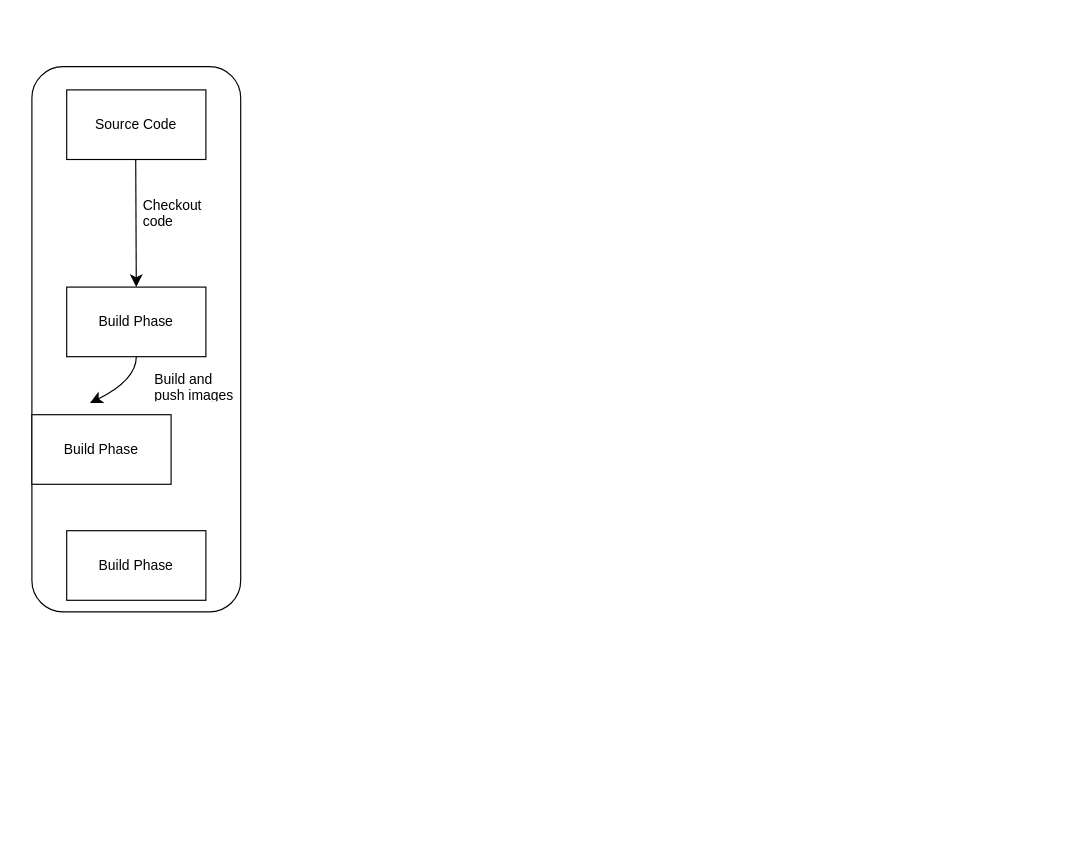
isipringlejr/addressbook-cicd-project keeps this draw.io diagram as Untitled Diagram.drawio. Above is the earlier version. Source tidied: cells renumbered, new cells numbered last; positions are measured from the earlier drawing's top-left corner, leaving out a move shared by most shapes. Both pictures are drawn from the tidied source at 116%, with x=0, y=0 at pixel (31, 66).
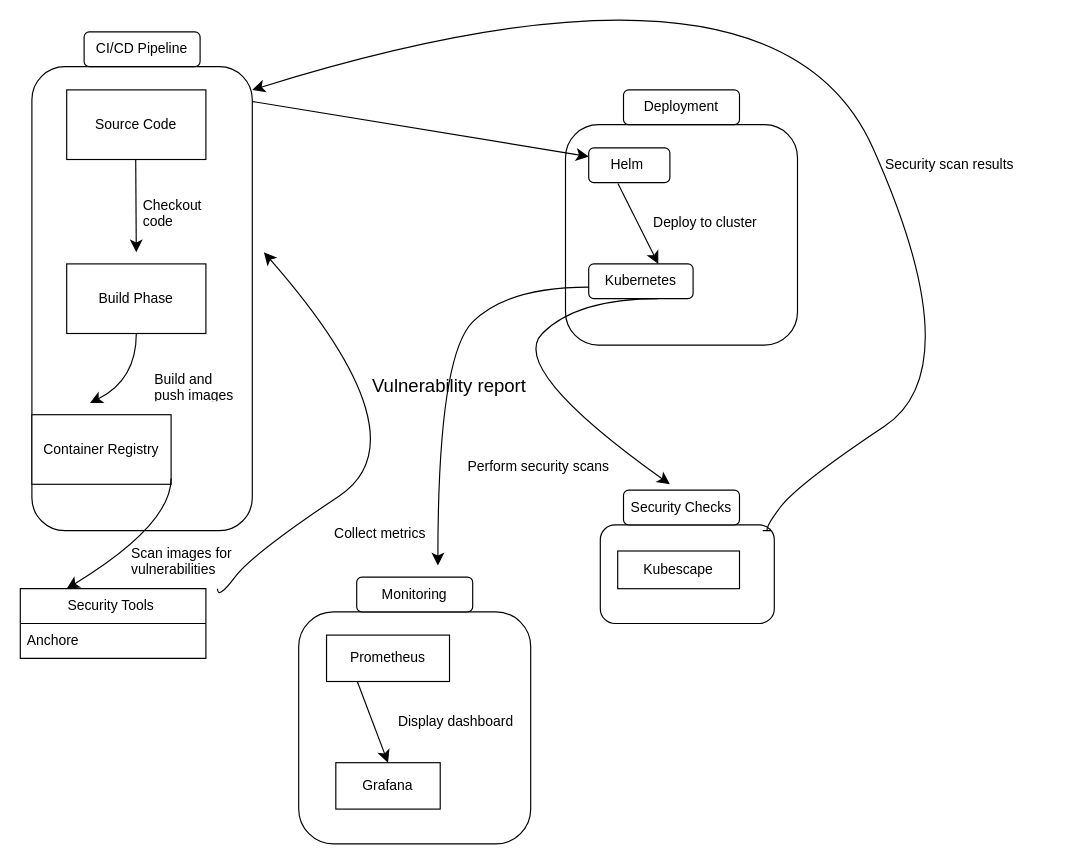
Above is the later version.

The edit, as a diff of the source:
```diff
@@
     <mxCell id="2" style="rounded=1;whiteSpace=wrap;html=1;fontSize=12;glass=0;strokeWidth=1;shadow=0;" parent="1" vertex="1">
-      <mxGeometry width="180" height="470" as="geometry" />
+      <mxGeometry width="190" height="400" as="geometry" />
     </mxCell>
@@
     <mxCell id="4" style="endArrow=classic;html=1;rounded=0;fontSize=12;startSize=8;endSize=8;" parent="1" edge="1">
       <mxGeometry relative="1" as="geometry">
         <mxPoint x="89.5" y="80" as="sourcePoint" />
-        <mxPoint x="90" y="190" as="targetPoint" />
+        <mxPoint x="90" y="160" as="targetPoint" />
       </mxGeometry>
     </mxCell>
     <mxCell id="5" value="Build Phase" style="rounded=0;whiteSpace=wrap;html=1;" parent="1" vertex="1">
-      <mxGeometry x="30" y="190" width="120" height="60" as="geometry" />
+      <mxGeometry x="30" y="170" width="120" height="60" as="geometry" />
     </mxCell>
@@
-    <mxCell id="7" value="Build Phase" style="rounded=0;whiteSpace=wrap;html=1;" parent="1" vertex="1">
+    <mxCell id="7" value="Container Registry" style="rounded=0;whiteSpace=wrap;html=1;" parent="1" vertex="1">
       <mxGeometry y="300" width="120" height="60" as="geometry" />
     </mxCell>
@@
-    <mxCell id="10" value="Build Phase" style="rounded=0;whiteSpace=wrap;html=1;" parent="1" vertex="1">
-      <mxGeometry x="30" y="400" width="120" height="60" as="geometry" />
-    </mxCell>
+    <mxCell id="11" style="curved=1;endArrow=classic;html=1;rounded=0;fontSize=12;startSize=8;endSize=8;entryX=0.25;entryY=0;entryDx=0;entryDy=0;" parent="1" edge="1" target="12">
+      <mxGeometry relative="1" as="geometry">
+        <mxPoint x="120" y="355" as="sourcePoint" />
+        <Array as="points">
+          <mxPoint x="120" y="395" />
+        </Array>
+      </mxGeometry>
+    </mxCell>
+    <mxCell id="12" value="Security Tools&amp;nbsp;" style="swimlane;fontStyle=0;horizontal=1;startSize=30;whiteSpace=wrap;html=1;" parent="1" vertex="1">
+      <mxGeometry x="-10" y="450" width="160" height="60" as="geometry" />
+    </mxCell>
+    <mxCell id="13" value="Anchore" style="text;strokeColor=none;fillColor=none;align=left;verticalAlign=middle;spacingLeft=4;spacingRight=4;overflow=hidden;whiteSpace=wrap;html=1;" parent="12" vertex="1">
+      <mxGeometry y="30" width="160" height="30" as="geometry" />
+    </mxCell>
+    <mxCell id="14" style="curved=1;endArrow=classic;html=1;rounded=0;fontSize=12;startSize=8;endSize=8;" parent="1" edge="1">
+      <mxGeometry relative="1" as="geometry">
+        <mxPoint x="160" y="450" as="sourcePoint" />
+        <mxPoint x="200" y="160" as="targetPoint" />
+        <Array as="points">
+          <mxPoint x="160" y="460" />
+          <mxPoint x="190" y="420" />
+          <mxPoint x="340" y="320" />
+        </Array>
+      </mxGeometry>
+    </mxCell>
+    <mxCell id="15" value="Vulnerability report&lt;br&gt;" style="text;html=1;align=center;verticalAlign=middle;whiteSpace=wrap;rounded=0;fontSize=16;" parent="1" vertex="1">
+      <mxGeometry x="290" y="260" width="140" height="30" as="geometry" />
+    </mxCell>
+    <mxCell id="16" value="CI/CD Pipeline" style="rounded=1;whiteSpace=wrap;html=1;" parent="1" vertex="1">
+      <mxGeometry x="45" y="-30" width="100" height="30" as="geometry" />
+    </mxCell>
+    <mxCell id="17" style="rounded=1;whiteSpace=wrap;html=1;fontSize=12;glass=0;strokeWidth=1;shadow=0;" parent="1" vertex="1">
+      <mxGeometry x="460" y="50" width="200" height="190" as="geometry" />
+    </mxCell>
+    <mxCell id="18" value="Helm&amp;nbsp;" style="rounded=1;whiteSpace=wrap;html=1;" parent="1" vertex="1">
+      <mxGeometry x="480" y="70" width="70" height="30" as="geometry" />
+    </mxCell>
+    <mxCell id="19" value="Kubernetes" style="rounded=1;whiteSpace=wrap;html=1;" parent="1" vertex="1">
+      <mxGeometry x="480" y="170" width="90" height="30" as="geometry" />
+    </mxCell>
+    <mxCell id="20" style="endArrow=classic;html=1;rounded=0;fontSize=12;startSize=8;endSize=8;exitX=0.36;exitY=1.02;exitDx=0;exitDy=0;exitPerimeter=0;" parent="1" edge="1" source="18">
+      <mxGeometry relative="1" as="geometry">
+        <mxPoint x="540" y="170" as="targetPoint" />
+      </mxGeometry>
+    </mxCell>
+    <mxCell id="21" value="Deploy to cluster&amp;nbsp;" style="text;strokeColor=none;fillColor=none;align=left;verticalAlign=middle;spacingLeft=4;spacingRight=4;overflow=hidden;whiteSpace=wrap;html=1;" parent="1" vertex="1">
+      <mxGeometry x="530" y="120" width="120" height="30" as="geometry" />
+    </mxCell>
+    <mxCell id="22" value="Deployment" style="rounded=1;whiteSpace=wrap;html=1;" parent="1" vertex="1">
+      <mxGeometry x="510" y="20" width="100" height="30" as="geometry" />
+    </mxCell>
+    <mxCell id="23" style="endArrow=classic;html=1;rounded=0;fontSize=12;startSize=8;endSize=8;entryX=0;entryY=0.25;entryDx=0;entryDy=0;" parent="1" edge="1" target="18">
+      <mxGeometry relative="1" as="geometry">
+        <mxPoint x="190" y="30" as="sourcePoint" />
+      </mxGeometry>
+    </mxCell>
+    <mxCell id="24" style="rounded=1;whiteSpace=wrap;html=1;fontSize=12;glass=0;strokeWidth=1;shadow=0;" parent="1" vertex="1">
+      <mxGeometry x="230" y="470" width="200" height="200" as="geometry" />
+    </mxCell>
+    <mxCell id="25" value="Monitoring" style="rounded=1;whiteSpace=wrap;html=1;" parent="1" vertex="1">
+      <mxGeometry x="280" y="440" width="100" height="30" as="geometry" />
+    </mxCell>
+    <mxCell id="26" value="Scan images for vulnerabilities" style="text;strokeColor=none;fillColor=none;align=left;verticalAlign=middle;spacingLeft=4;spacingRight=4;overflow=hidden;whiteSpace=wrap;html=1;" parent="1" vertex="1">
+      <mxGeometry x="80" y="410" width="150" height="30" as="geometry" />
+    </mxCell>
+    <mxCell id="27" value="Prometheus" style="rounded=0;whiteSpace=wrap;html=1;" parent="1" vertex="1">
+      <mxGeometry x="254" y="490" width="106" height="40" as="geometry" />
+    </mxCell>
+    <mxCell id="28" value="Grafana" style="rounded=0;whiteSpace=wrap;html=1;" parent="1" vertex="1">
+      <mxGeometry x="262" y="600" width="90" height="40" as="geometry" />
+    </mxCell>
+    <mxCell id="29" style="endArrow=classic;html=1;rounded=0;fontSize=12;startSize=8;endSize=8;entryX=0.5;entryY=0;entryDx=0;entryDy=0;exitX=0.25;exitY=1;exitDx=0;exitDy=0;" parent="1" edge="1" source="27" target="28">
+      <mxGeometry relative="1" as="geometry" />
+    </mxCell>
+    <mxCell id="30" value="Display dashboard" style="text;strokeColor=none;fillColor=none;align=left;verticalAlign=middle;spacingLeft=4;spacingRight=4;overflow=hidden;whiteSpace=wrap;html=1;" parent="1" vertex="1">
+      <mxGeometry x="310" y="550" width="170" height="30" as="geometry" />
+    </mxCell>
+    <mxCell id="31" style="rounded=1;whiteSpace=wrap;html=1;" parent="1" vertex="1">
+      <mxGeometry x="490" y="395" width="150" height="85" as="geometry" />
+    </mxCell>
+    <mxCell id="32" value="Kubescape" style="rounded=0;whiteSpace=wrap;html=1;" parent="1" vertex="1">
+      <mxGeometry x="505" y="417.5" width="105" height="32.5" as="geometry" />
+    </mxCell>
+    <mxCell id="33" value="Security Checks" style="rounded=1;whiteSpace=wrap;html=1;" parent="1" vertex="1">
+      <mxGeometry x="510" y="365" width="100" height="30" as="geometry" />
+    </mxCell>
+    <mxCell id="34" style="curved=1;endArrow=classic;html=1;rounded=0;fontSize=12;startSize=8;endSize=8;" parent="1" edge="1">
+      <mxGeometry relative="1" as="geometry">
+        <mxPoint x="540" y="200" as="sourcePoint" />
+        <mxPoint x="550" y="360" as="targetPoint" />
+        <Array as="points">
+          <mxPoint x="470" y="200" />
+          <mxPoint x="410" y="260" />
+        </Array>
+      </mxGeometry>
+    </mxCell>
+    <mxCell id="35" style="curved=1;endArrow=classic;html=1;rounded=0;fontSize=12;startSize=8;endSize=8;" parent="1" edge="1">
+      <mxGeometry relative="1" as="geometry">
+        <mxPoint x="480" y="190" as="sourcePoint" />
+        <mxPoint x="350" y="430" as="targetPoint" />
+        <Array as="points">
+          <mxPoint x="410" y="190" />
+          <mxPoint x="350" y="250" />
+        </Array>
+      </mxGeometry>
+    </mxCell>
+    <mxCell id="36" value="Collect metrics" style="text;strokeColor=none;fillColor=none;align=left;verticalAlign=middle;spacingLeft=4;spacingRight=4;overflow=hidden;whiteSpace=wrap;html=1;" parent="1" vertex="1">
+      <mxGeometry x="255" y="387.5" width="150" height="30" as="geometry" />
+    </mxCell>
+    <mxCell id="37" value="Perform security scans" style="text;strokeColor=none;fillColor=none;align=left;verticalAlign=middle;spacingLeft=4;spacingRight=4;overflow=hidden;whiteSpace=wrap;html=1;" parent="1" vertex="1">
+      <mxGeometry x="370" y="330" width="150" height="30" as="geometry" />
+    </mxCell>
+    <mxCell id="38" style="curved=1;endArrow=classic;html=1;rounded=0;fontSize=12;startSize=8;endSize=8;entryX=1;entryY=0.05;entryDx=0;entryDy=0;entryPerimeter=0;" parent="1" edge="1" target="2">
+      <mxGeometry relative="1" as="geometry">
+        <mxPoint x="630" y="400" as="sourcePoint" />
+        <Array as="points">
+          <mxPoint x="640" y="400" />
+          <mxPoint x="630" y="400" />
+          <mxPoint x="660" y="360" />
+          <mxPoint x="810" y="260" />
+          <mxPoint x="640" y="-120" />
+        </Array>
+      </mxGeometry>
+    </mxCell>
+    <mxCell id="39" value="Security scan results&amp;nbsp;&lt;br&gt;" style="text;strokeColor=none;fillColor=none;align=left;verticalAlign=middle;spacingLeft=4;spacingRight=4;overflow=hidden;whiteSpace=wrap;html=1;" parent="1" vertex="1">
+      <mxGeometry x="730" y="70" width="150" height="30" as="geometry" />
+    </mxCell>
```
